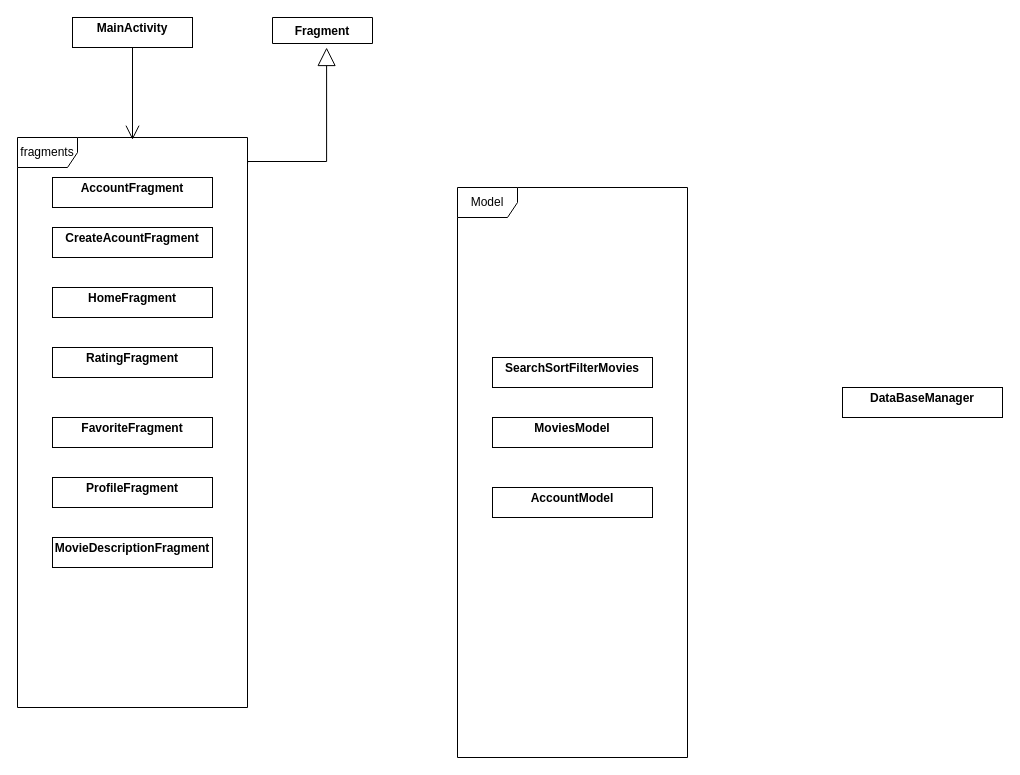
Earlier version of the draw.io diagram documents/Untitled Diagram.drawio (Omar-su/DAT257-Agile-software-management). Source tidied: cells renumbered, new cells numbered last; positions are measured from the earlier drawing's top-left corner, leaving out a move shared by most shapes. Both pictures are drawn from the tidied source at 100%, with x=0, y=0 at pixel (17, 17).
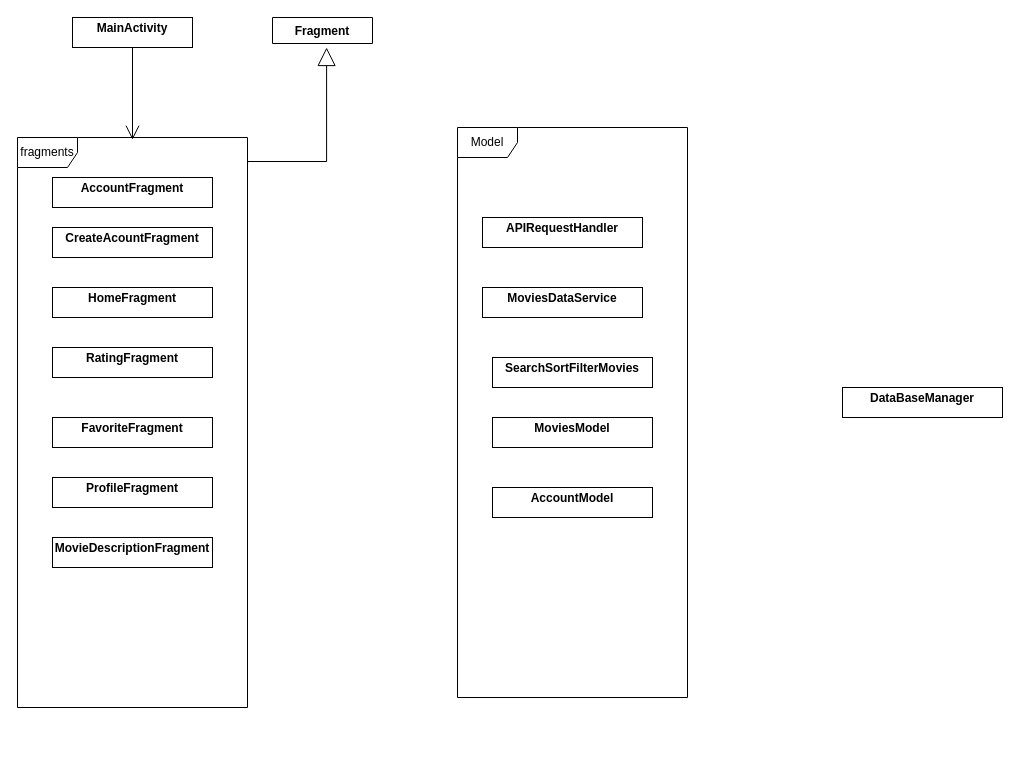
Above is the later version.

Commit message:
Added more classes to handle API requests

The edit, as a diff of the source:
```diff
@@
     <mxCell id="18" value="Model" style="shape=umlFrame;whiteSpace=wrap;html=1;strokeColor=#000000;" parent="1" vertex="1">
-      <mxGeometry x="440" y="170" width="230" height="570" as="geometry" />
+      <mxGeometry x="440" y="110" width="230" height="570" as="geometry" />
     </mxCell>
+    <mxCell id="19" value="&lt;p style=&quot;margin: 0px ; margin-top: 4px ; text-align: center&quot;&gt;&lt;b&gt;MoviesDataService&lt;/b&gt;&lt;/p&gt;&lt;p style=&quot;margin: 0px ; margin-top: 4px ; text-align: center&quot;&gt;&lt;b&gt;&lt;br&gt;&lt;/b&gt;&lt;/p&gt;" style="verticalAlign=top;align=left;overflow=fill;fontSize=12;fontFamily=Helvetica;html=1;" parent="1" vertex="1">
+      <mxGeometry x="465" y="270" width="160" height="30" as="geometry" />
+    </mxCell>
+    <mxCell id="20" value="&lt;p style=&quot;margin: 0px ; margin-top: 4px ; text-align: center&quot;&gt;&lt;b&gt;APIRequestHandler&lt;/b&gt;&lt;/p&gt;&lt;p style=&quot;margin: 0px ; margin-top: 4px ; text-align: center&quot;&gt;&lt;b&gt;&lt;br&gt;&lt;/b&gt;&lt;/p&gt;" style="verticalAlign=top;align=left;overflow=fill;fontSize=12;fontFamily=Helvetica;html=1;" parent="1" vertex="1">
+      <mxGeometry x="465" y="200" width="160" height="30" as="geometry" />
+    </mxCell>
```
